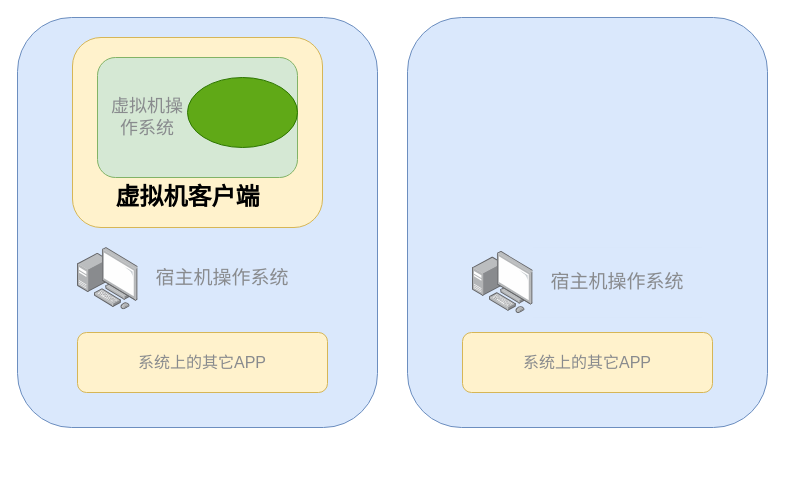
weishengzu/Draw.io keeps this draw.io diagram as 沙盒与虚拟机.drawio. Above is the earlier version. Source tidied: cells renumbered, new cells numbered last; positions are measured from the earlier drawing's top-left corner, leaving out a move shared by most shapes. Both pictures are drawn from the tidied source at 100%, with x=0, y=0 at pixel (17, 17).
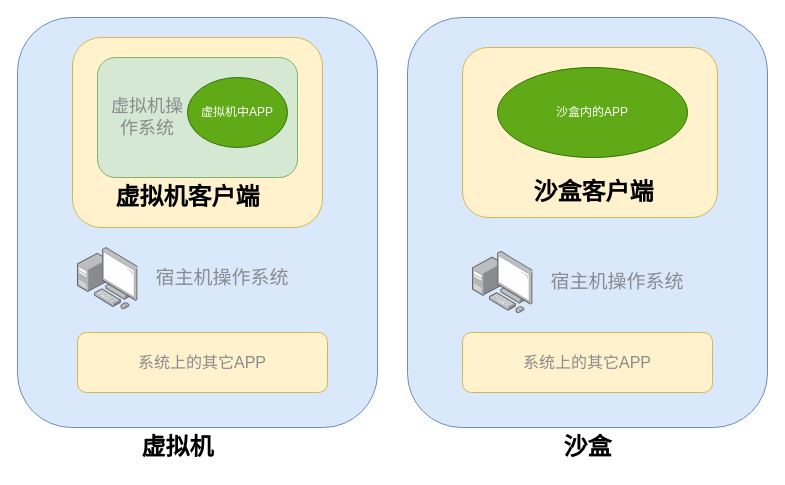
The same diagram, later.

Commit message (it also covers changes not shown here):
更新沙盒与虚拟机.drawio

What changed in the source:
```diff
@@
 <mxGraphModel>
   <root>
     <mxCell id="0" />
     <mxCell id="1" parent="0" />
     <mxCell id="2" style="rounded=1;whiteSpace=wrap;html=1;fillColor=#dae8fc;strokeColor=#6c8ebf;" parent="1" vertex="1">
       <mxGeometry width="360" height="410" as="geometry" />
     </mxCell>
     <mxCell id="3" style="rounded=1;whiteSpace=wrap;html=1;fillColor=#dae8fc;strokeColor=#6c8ebf;" parent="1" vertex="1">
       <mxGeometry x="390" width="360" height="410" as="geometry" />
     </mxCell>
     <mxCell id="4" style="image;html=1;align=center;shadow=0;dashed=0;image=img/lib/allied_telesis/computer_and_terminals/Personal_Computer_with_Server.svg;" parent="1" vertex="1">
       <mxGeometry x="60" y="230" width="62.4" height="62.4" as="geometry" />
     </mxCell>
     <mxCell id="5" value="宿主机操作系统" style="rounded=0;whiteSpace=wrap;html=1;fillColor=#dae8fc;strokeColor=none;fontColor=#898b8e;labelBackgroundColor=none;fontSize=19;direction=south;" parent="1" vertex="1">
       <mxGeometry x="120" y="226.2" width="170" height="70" as="geometry" />
     </mxCell>
     <mxCell id="6" style="image;html=1;align=center;shadow=0;dashed=0;image=img/lib/allied_telesis/computer_and_terminals/Personal_Computer_with_Server.svg;" parent="1" vertex="1">
       <mxGeometry x="455" y="233.8" width="62.4" height="62.4" as="geometry" />
     </mxCell>
     <mxCell id="7" value="宿主机操作系统" style="rounded=0;whiteSpace=wrap;html=1;fillColor=#dae8fc;strokeColor=none;fontColor=#898b8e;labelBackgroundColor=none;fontSize=19;direction=south;" parent="1" vertex="1">
       <mxGeometry x="515" y="230" width="170" height="70" as="geometry" />
     </mxCell>
     <mxCell id="8" value="系统上的其它APP" style="rounded=1;whiteSpace=wrap;html=1;fillColor=#fff2cc;strokeColor=#d6b656;fontSize=16;fontColor=#898b8e;" parent="1" vertex="1">
       <mxGeometry x="60" y="315" width="250" height="60" as="geometry" />
     </mxCell>
     <mxCell id="9" value="系统上的其它APP" style="rounded=1;whiteSpace=wrap;html=1;fillColor=#fff2cc;strokeColor=#d6b656;fontSize=16;fontColor=#898b8e;" parent="1" vertex="1">
       <mxGeometry x="445" y="315" width="250" height="60" as="geometry" />
     </mxCell>
     <mxCell id="10" style="rounded=1;whiteSpace=wrap;html=1;fillColor=#fff2cc;strokeColor=#d6b656;" parent="1" vertex="1">
       <mxGeometry x="55" y="20" width="250" height="190" as="geometry" />
     </mxCell>
     <mxCell id="11" value="虚拟机客户端" style="text;strokeColor=none;fillColor=none;html=1;fontSize=24;fontStyle=1;verticalAlign=middle;align=center;" parent="1" vertex="1">
       <mxGeometry x="70" y="160" width="200" height="40" as="geometry" />
     </mxCell>
     <mxCell id="12" style="rounded=1;whiteSpace=wrap;html=1;fillColor=#d5e8d4;strokeColor=#82b366;" parent="1" vertex="1">
       <mxGeometry x="80" y="40" width="200" height="120" as="geometry" />
     </mxCell>
     <mxCell id="13" value="虚拟机操作系统" style="text;strokeColor=none;fillColor=none;html=1;fontSize=18;fontStyle=0;verticalAlign=middle;align=center;fontColor=#898b8e;whiteSpace=wrap;" parent="1" vertex="1">
       <mxGeometry x="90" y="45" width="80" height="110" as="geometry" />
     </mxCell>
-    <mxCell id="14" style="ellipse;whiteSpace=wrap;html=1;fillColor=#60a917;fontColor=#ffffff;strokeColor=#2D7600;" parent="1" vertex="1">
-      <mxGeometry x="170" y="60" width="110" height="70" as="geometry" />
+    <mxCell id="14" value="虚拟机中APP" style="ellipse;html=1;fillColor=#60a917;fontColor=#ffffff;strokeColor=#2D7600;whiteSpace=wrap;" parent="1" vertex="1">
+      <mxGeometry x="170" y="60" width="100" height="70" as="geometry" />
     </mxCell>
+    <mxCell id="15" style="rounded=1;whiteSpace=wrap;html=1;fillColor=#fff2cc;strokeColor=#d6b656;" parent="1" vertex="1">
+      <mxGeometry x="445" y="30" width="255" height="170" as="geometry" />
+    </mxCell>
+    <mxCell id="16" value="沙盒客户端" style="text;strokeColor=none;fillColor=none;html=1;fontSize=24;fontStyle=1;verticalAlign=middle;align=center;" parent="1" vertex="1">
+      <mxGeometry x="472.5" y="155" width="207.5" height="40" as="geometry" />
+    </mxCell>
+    <mxCell id="17" value="沙盒内的APP" style="ellipse;html=1;fillColor=#60a917;fontColor=#ffffff;strokeColor=#2D7600;whiteSpace=wrap;" parent="1" vertex="1">
+      <mxGeometry x="480" y="50" width="190" height="90" as="geometry" />
+    </mxCell>
+    <mxCell id="18" value="虚拟机" style="text;strokeColor=none;fillColor=none;html=1;fontSize=24;fontStyle=1;verticalAlign=middle;align=center;" parent="1" vertex="1">
+      <mxGeometry x="110" y="410" width="100" height="40" as="geometry" />
+    </mxCell>
+    <mxCell id="19" value="沙盒" style="text;strokeColor=none;fillColor=none;html=1;fontSize=24;fontStyle=1;verticalAlign=middle;align=center;" parent="1" vertex="1">
+      <mxGeometry x="520" y="410" width="100" height="40" as="geometry" />
+    </mxCell>
   </root>
 </mxGraphModel>
```
